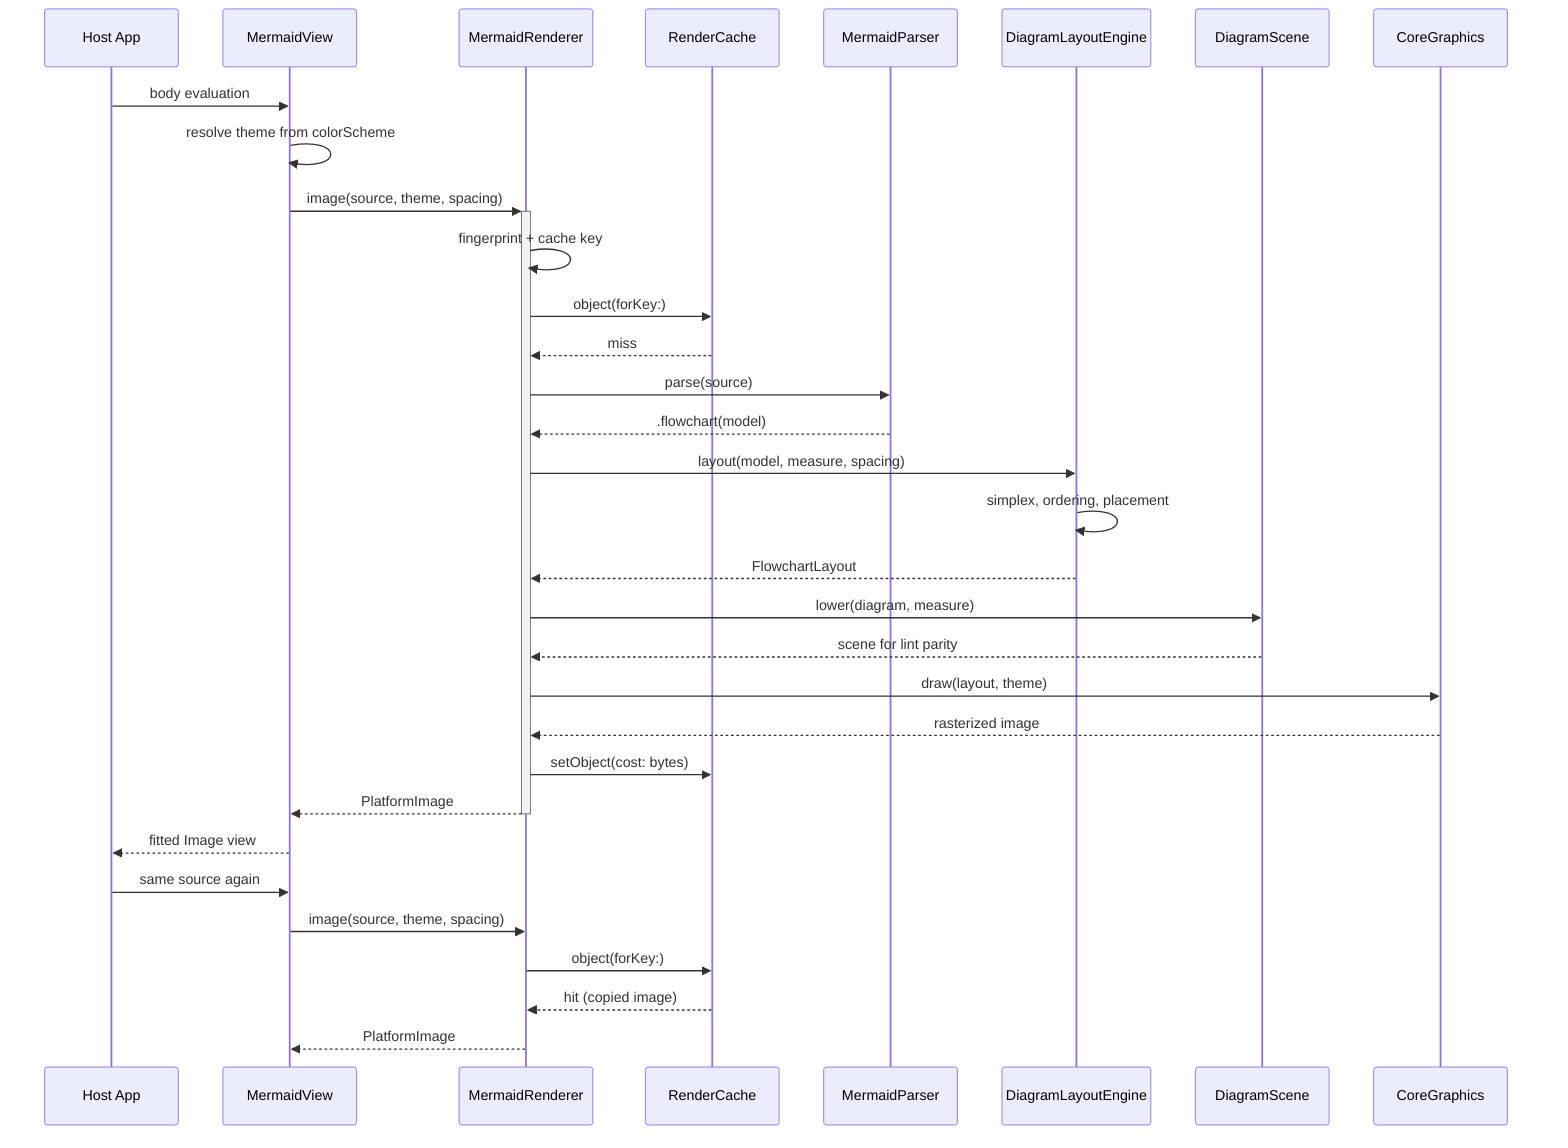
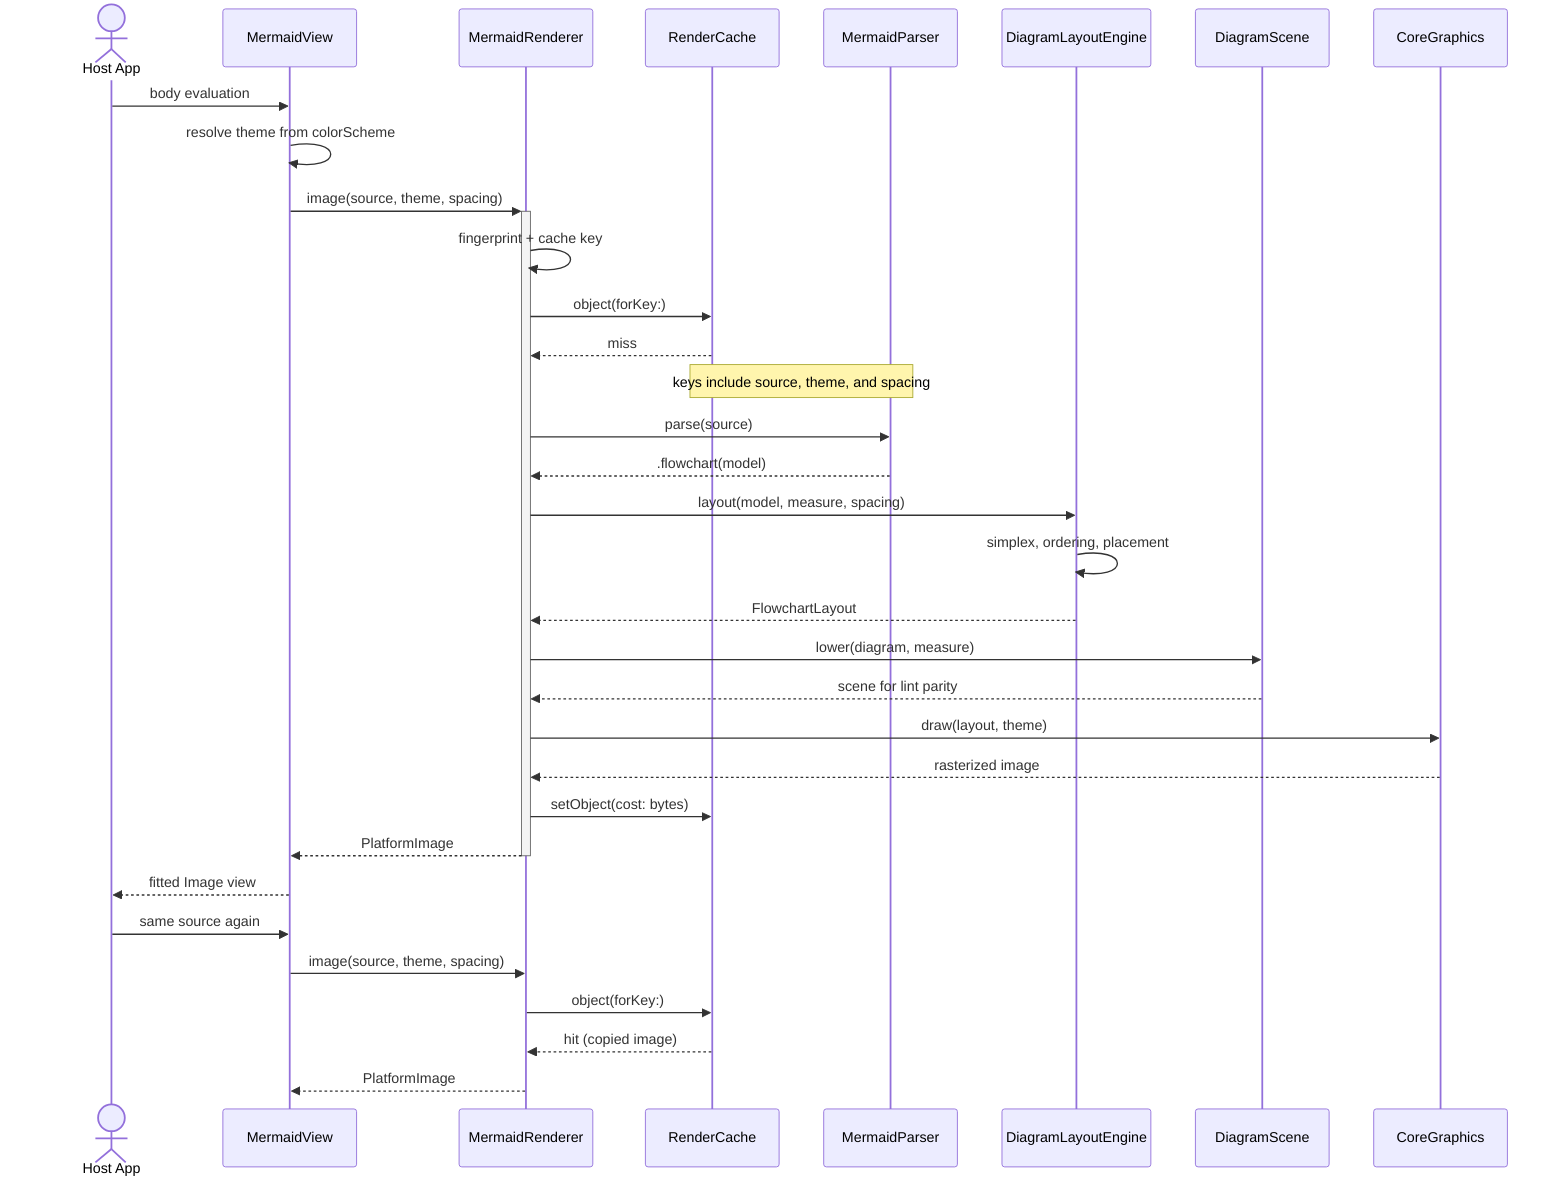
sequenceDiagram
-     participant Host as Host App
+     actor Host as Host App
    participant View as MermaidView
    participant Rend as MermaidRenderer
    participant Cache as RenderCache
    participant Parse as MermaidParser
    participant Lay as DiagramLayoutEngine
    participant Scene as DiagramScene
    participant CG as CoreGraphics
    Host->>View: body evaluation
    View->>View: resolve theme from colorScheme
    View->>+Rend: image(source, theme, spacing)
    Rend->>Rend: fingerprint + cache key
    Rend->>Cache: object(forKey:)
    Cache-->>Rend: miss
+     Note over Cache,Parse: keys include source, theme, and spacing
    Rend->>Parse: parse(source)
    Parse-->>Rend: .flowchart(model)
    Rend->>Lay: layout(model, measure, spacing)
    Lay->>Lay: simplex, ordering, placement
    Lay-->>Rend: FlowchartLayout
    Rend->>Scene: lower(diagram, measure)
    Scene-->>Rend: scene for lint parity
    Rend->>CG: draw(layout, theme)
    CG-->>Rend: rasterized image
    Rend->>Cache: setObject(cost: bytes)
    Rend-->>-View: PlatformImage
    View-->>Host: fitted Image view
    Host->>View: same source again
    View->>Rend: image(source, theme, spacing)
    Rend->>Cache: object(forKey:)
    Cache-->>Rend: hit (copied image)
    Rend-->>View: PlatformImage
